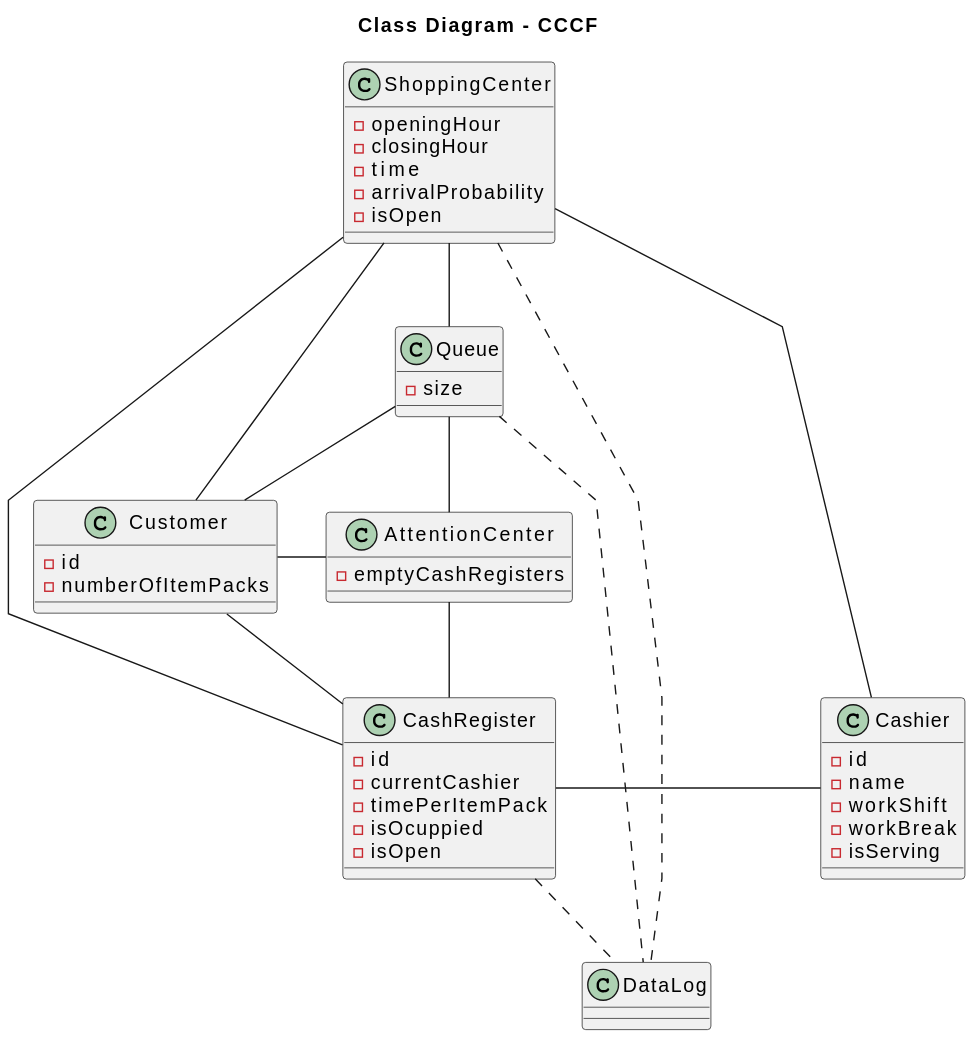
This is images/modelosUML/diagramaClases.svg from mmasias/23-24-IdSw2-SDD, a PlantUML export, as it was before one commit.
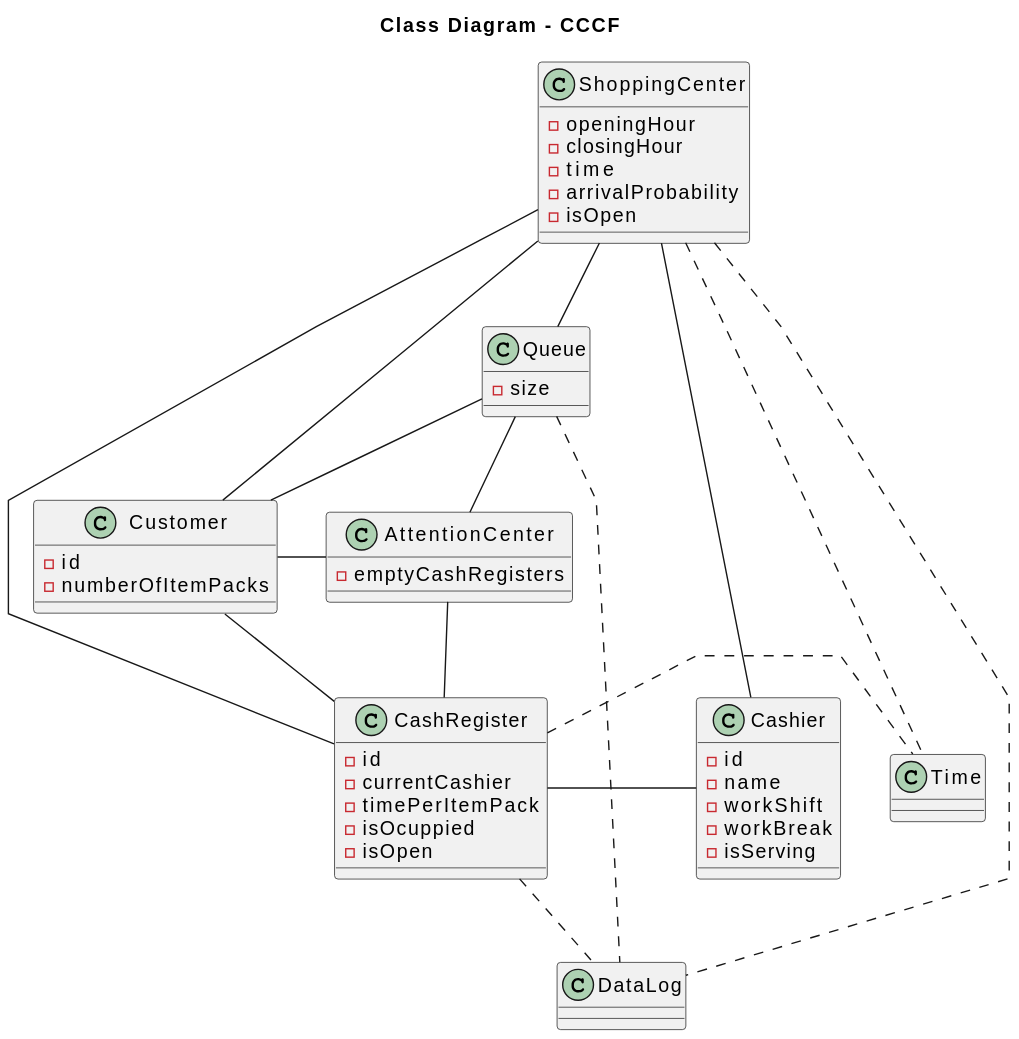
After the commit.

Change to the diagram source:
```diff
@@ -2,6 +2,10 @@
 skinparam linetype polyline
 
 title Class Diagram - CCCF
+
+class Time{
+
+}
 
 class ShoppingCenter {
     - openingHour
@@ -59,7 +63,9 @@
 CashRegister -right- Cashier
 
 CashRegister -- Customer
+CashRegister . Time
 
+ShoppingCenter ..R Time
 ShoppingCenter .. DataLog
 Queue .. DataLog
 CashRegister .. DataLog
```
